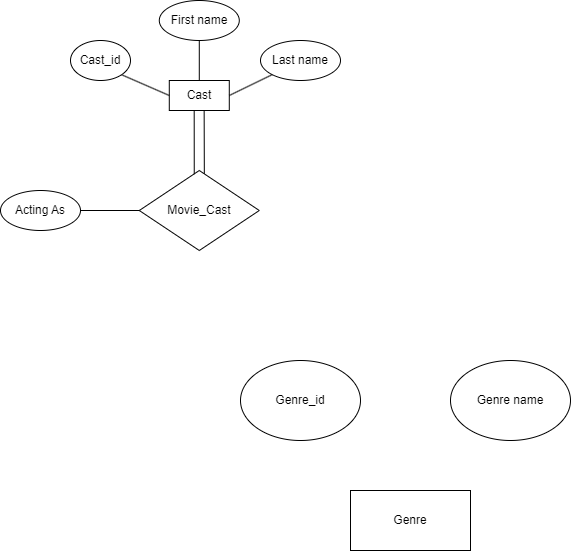
This is ER diagram.drawio.png from gif1621/desktop-tutorial, a draw.io export, as it was before one commit. Source tidied: cells renumbered, new cells last; positions are measured from the earlier drawing's top-left corner, leaving out a move shared by most shapes.
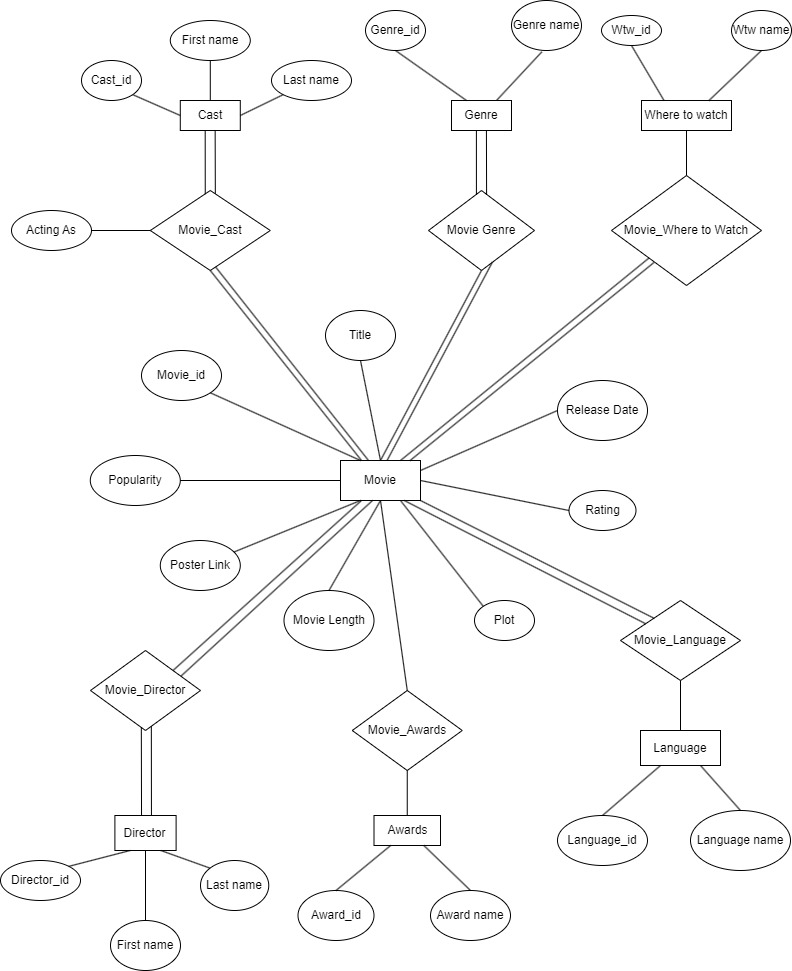
Later version of the same file.

The edit, as a diff of the source:
```diff
@@ -38,13 +38,13 @@
       <mxGeometry relative="1" as="geometry" />
     </mxCell>
     <mxCell id="13" value="Genre_id" style="ellipse;whiteSpace=wrap;html=1;" parent="1" vertex="1">
-      <mxGeometry x="240" y="360" width="120" height="80" as="geometry" />
+      <mxGeometry x="354" y="-10" width="60" height="40" as="geometry" />
     </mxCell>
     <mxCell id="14" value="Genre name" style="ellipse;whiteSpace=wrap;html=1;" parent="1" vertex="1">
-      <mxGeometry x="450" y="360" width="120" height="80" as="geometry" />
+      <mxGeometry x="500" y="-20" width="70" height="50" as="geometry" />
     </mxCell>
     <mxCell id="15" value="Genre" style="rounded=0;whiteSpace=wrap;html=1;" parent="1" vertex="1">
-      <mxGeometry x="350" y="490" width="120" height="60" as="geometry" />
+      <mxGeometry x="440" y="80" width="60" height="30" as="geometry" />
     </mxCell>
     <mxCell id="16" style="endArrow=none;html=1;rounded=0;exitX=1;exitY=0.5;exitDx=0;exitDy=0;entryX=1;entryY=1;entryDx=0;entryDy=0;" parent="1" edge="1" source="4" target="17">
       <mxGeometry relative="1" as="geometry" />
@@ -52,5 +52,205 @@
     <mxCell id="17" value="Cast_id" style="ellipse;whiteSpace=wrap;html=1;" parent="1" vertex="1">
       <mxGeometry x="70" y="40" width="60" height="40" as="geometry" />
     </mxCell>
+    <mxCell id="18" style="endArrow=none;html=1;rounded=0;entryX=0.5;entryY=1;entryDx=0;entryDy=0;exitX=0.25;exitY=0;exitDx=0;exitDy=0;" parent="1" edge="1" source="15" target="13">
+      <mxGeometry relative="1" as="geometry" />
+    </mxCell>
+    <mxCell id="19" style="endArrow=none;html=1;rounded=0;entryX=0.434;entryY=1.026;entryDx=0;entryDy=0;exitX=0.75;exitY=0;exitDx=0;exitDy=0;entryPerimeter=0;" parent="1" edge="1" source="15" target="14">
+      <mxGeometry relative="1" as="geometry" />
+    </mxCell>
+    <mxCell id="20" value="Movie Genre" style="rhombus;whiteSpace=wrap;html=1;" parent="1" vertex="1">
+      <mxGeometry x="417" y="170" width="106" height="80" as="geometry" />
+    </mxCell>
+    <mxCell id="21" style="endArrow=none;html=1;rounded=0;entryX=0.415;entryY=0.997;entryDx=0;entryDy=0;exitX=0.452;exitY=0.055;exitDx=0;exitDy=0;entryPerimeter=0;exitPerimeter=0;" parent="1" edge="1" source="20" target="15">
+      <mxGeometry relative="1" as="geometry" />
+    </mxCell>
+    <mxCell id="22" value="Movie_Where to Watch" style="rhombus;whiteSpace=wrap;html=1;" parent="1" vertex="1">
+      <mxGeometry x="600" y="155" width="150" height="110" as="geometry" />
+    </mxCell>
+    <mxCell id="23" value="Wtw name" style="ellipse;whiteSpace=wrap;html=1;" parent="1" vertex="1">
+      <mxGeometry x="720" y="-10" width="60" height="40" as="geometry" />
+    </mxCell>
+    <mxCell id="24" value="Wtw_id" style="ellipse;whiteSpace=wrap;html=1;" parent="1" vertex="1">
+      <mxGeometry x="590" y="-5" width="60" height="30" as="geometry" />
+    </mxCell>
+    <mxCell id="25" value="Where to watch" style="rounded=0;whiteSpace=wrap;html=1;" parent="1" vertex="1">
+      <mxGeometry x="630" y="80" width="90" height="30" as="geometry" />
+    </mxCell>
+    <mxCell id="26" style="endArrow=none;html=1;rounded=0;entryX=0.25;entryY=0;entryDx=0;entryDy=0;exitX=0.5;exitY=1;exitDx=0;exitDy=0;" parent="1" edge="1" source="24" target="25">
+      <mxGeometry relative="1" as="geometry" />
+    </mxCell>
+    <mxCell id="27" style="endArrow=none;html=1;rounded=0;entryX=0.5;entryY=1;entryDx=0;entryDy=0;exitX=0.75;exitY=0;exitDx=0;exitDy=0;" parent="1" edge="1" source="25" target="23">
+      <mxGeometry relative="1" as="geometry" />
+    </mxCell>
+    <mxCell id="28" style="endArrow=none;html=1;rounded=0;entryX=0.5;entryY=1;entryDx=0;entryDy=0;" parent="1" edge="1" source="22" target="25">
+      <mxGeometry relative="1" as="geometry" />
+    </mxCell>
+    <mxCell id="29" style="endArrow=none;html=1;rounded=0;entryX=0.582;entryY=0.997;entryDx=0;entryDy=0;entryPerimeter=0;exitX=0.548;exitY=0.055;exitDx=0;exitDy=0;exitPerimeter=0;" parent="1" edge="1" source="20" target="15">
+      <mxGeometry relative="1" as="geometry" />
+    </mxCell>
+    <mxCell id="30" value="Movie" style="rounded=0;whiteSpace=wrap;html=1;" parent="1" vertex="1">
+      <mxGeometry x="329" y="440" width="80" height="40" as="geometry" />
+    </mxCell>
+    <mxCell id="31" value="Movie Length" style="ellipse;whiteSpace=wrap;html=1;" parent="1" vertex="1">
+      <mxGeometry x="272.5" y="570" width="90" height="60" as="geometry" />
+    </mxCell>
+    <mxCell id="32" value="Poster Link" style="ellipse;whiteSpace=wrap;html=1;" parent="1" vertex="1">
+      <mxGeometry x="148.8" y="520" width="80" height="50" as="geometry" />
+    </mxCell>
+    <mxCell id="33" value="Plot" style="ellipse;whiteSpace=wrap;html=1;" parent="1" vertex="1">
+      <mxGeometry x="463" y="580" width="60" height="40" as="geometry" />
+    </mxCell>
+    <mxCell id="34" value="Rating" style="ellipse;whiteSpace=wrap;html=1;" parent="1" vertex="1">
+      <mxGeometry x="557.5" y="470" width="67" height="40" as="geometry" />
+    </mxCell>
+    <mxCell id="35" value="Release Date" style="ellipse;whiteSpace=wrap;html=1;" parent="1" vertex="1">
+      <mxGeometry x="546" y="360" width="90" height="60" as="geometry" />
+    </mxCell>
+    <mxCell id="36" value="Title" style="ellipse;whiteSpace=wrap;html=1;" parent="1" vertex="1">
+      <mxGeometry x="314" y="290" width="70" height="50" as="geometry" />
+    </mxCell>
+    <mxCell id="37" value="Movie_id" style="ellipse;whiteSpace=wrap;html=1;" parent="1" vertex="1">
+      <mxGeometry x="130" y="330" width="80" height="50" as="geometry" />
+    </mxCell>
+    <mxCell id="38" value="Popularity" style="ellipse;whiteSpace=wrap;html=1;" parent="1" vertex="1">
+      <mxGeometry x="78.8" y="435" width="90" height="50" as="geometry" />
+    </mxCell>
+    <mxCell id="39" style="endArrow=none;html=1;rounded=0;entryX=0.5;entryY=1;entryDx=0;entryDy=0;exitX=0.5;exitY=0;exitDx=0;exitDy=0;" parent="1" edge="1" source="30" target="36">
+      <mxGeometry relative="1" as="geometry" />
+    </mxCell>
+    <mxCell id="40" style="endArrow=none;html=1;rounded=0;entryX=0;entryY=0.5;entryDx=0;entryDy=0;exitX=1;exitY=0.25;exitDx=0;exitDy=0;" parent="1" edge="1" source="30" target="35">
+      <mxGeometry relative="1" as="geometry" />
+    </mxCell>
+    <mxCell id="41" style="endArrow=none;html=1;rounded=0;entryX=1;entryY=0.5;entryDx=0;entryDy=0;exitX=0;exitY=0.5;exitDx=0;exitDy=0;" parent="1" edge="1" source="34" target="30">
+      <mxGeometry relative="1" as="geometry" />
+    </mxCell>
+    <mxCell id="42" style="endArrow=none;html=1;rounded=0;entryX=0;entryY=0;entryDx=0;entryDy=0;exitX=0.75;exitY=1;exitDx=0;exitDy=0;" parent="1" edge="1" source="30" target="33">
+      <mxGeometry relative="1" as="geometry" />
+    </mxCell>
+    <mxCell id="43" style="endArrow=none;html=1;rounded=0;entryX=0.5;entryY=0;entryDx=0;entryDy=0;exitX=0.5;exitY=1;exitDx=0;exitDy=0;" parent="1" edge="1" source="30" target="31">
+      <mxGeometry relative="1" as="geometry" />
+    </mxCell>
+    <mxCell id="44" style="endArrow=none;html=1;rounded=0;" parent="1" edge="1" target="32">
+      <mxGeometry relative="1" as="geometry">
+        <mxPoint x="349" y="480" as="sourcePoint" />
+      </mxGeometry>
+    </mxCell>
+    <mxCell id="45" style="endArrow=none;html=1;rounded=0;entryX=1;entryY=0.5;entryDx=0;entryDy=0;exitX=0;exitY=0.5;exitDx=0;exitDy=0;" parent="1" edge="1" source="30" target="38">
+      <mxGeometry relative="1" as="geometry" />
+    </mxCell>
+    <mxCell id="46" style="endArrow=none;html=1;rounded=0;entryX=1;entryY=1;entryDx=0;entryDy=0;exitX=0.25;exitY=0;exitDx=0;exitDy=0;" parent="1" edge="1" source="30" target="37">
+      <mxGeometry relative="1" as="geometry" />
+    </mxCell>
+    <mxCell id="47" value="Language" style="rounded=0;whiteSpace=wrap;html=1;" parent="1" vertex="1">
+      <mxGeometry x="629" y="710" width="80" height="35" as="geometry" />
+    </mxCell>
+    <mxCell id="48" value="Language name" style="ellipse;whiteSpace=wrap;html=1;" parent="1" vertex="1">
+      <mxGeometry x="679" y="790" width="100" height="60" as="geometry" />
+    </mxCell>
+    <mxCell id="49" value="Language_id" style="ellipse;whiteSpace=wrap;html=1;" parent="1" vertex="1">
+      <mxGeometry x="546" y="795" width="90" height="50" as="geometry" />
+    </mxCell>
+    <mxCell id="50" value="Movie_Language" style="rhombus;whiteSpace=wrap;html=1;" parent="1" vertex="1">
+      <mxGeometry x="609" y="580" width="120" height="80" as="geometry" />
+    </mxCell>
+    <mxCell id="51" style="endArrow=none;html=1;rounded=0;entryX=0.5;entryY=1;entryDx=0;entryDy=0;exitX=0.5;exitY=0;exitDx=0;exitDy=0;" parent="1" edge="1" source="47" target="50">
+      <mxGeometry relative="1" as="geometry" />
+    </mxCell>
+    <mxCell id="52" style="endArrow=none;html=1;rounded=0;entryX=0.25;entryY=1;entryDx=0;entryDy=0;exitX=0.5;exitY=0;exitDx=0;exitDy=0;" parent="1" edge="1" source="49" target="47">
+      <mxGeometry relative="1" as="geometry" />
+    </mxCell>
+    <mxCell id="53" style="endArrow=none;html=1;rounded=0;entryX=0.5;entryY=0;entryDx=0;entryDy=0;exitX=0.75;exitY=1;exitDx=0;exitDy=0;" parent="1" edge="1" source="47" target="48">
+      <mxGeometry relative="1" as="geometry" />
+    </mxCell>
+    <mxCell id="54" value="Movie_Awards" style="rhombus;whiteSpace=wrap;html=1;" parent="1" vertex="1">
+      <mxGeometry x="340.8" y="670" width="110" height="80" as="geometry" />
+    </mxCell>
+    <mxCell id="55" value="Awards" style="rounded=0;whiteSpace=wrap;html=1;" parent="1" vertex="1">
+      <mxGeometry x="362.5" y="795" width="66.5" height="30" as="geometry" />
+    </mxCell>
+    <mxCell id="56" value="Award name" style="ellipse;whiteSpace=wrap;html=1;" parent="1" vertex="1">
+      <mxGeometry x="419" y="870" width="80" height="50" as="geometry" />
+    </mxCell>
+    <mxCell id="57" value="Award_id" style="ellipse;whiteSpace=wrap;html=1;" parent="1" vertex="1">
+      <mxGeometry x="286.5" y="870" width="76" height="50" as="geometry" />
+    </mxCell>
+    <mxCell id="58" style="endArrow=none;html=1;rounded=0;entryX=0.5;entryY=1;entryDx=0;entryDy=0;exitX=0.5;exitY=0;exitDx=0;exitDy=0;" parent="1" edge="1" source="55" target="54">
+      <mxGeometry relative="1" as="geometry" />
+    </mxCell>
+    <mxCell id="59" style="endArrow=none;html=1;rounded=0;exitX=0.5;exitY=0;exitDx=0;exitDy=0;entryX=0.75;entryY=1;entryDx=0;entryDy=0;" parent="1" edge="1" source="56" target="55">
+      <mxGeometry relative="1" as="geometry" />
+    </mxCell>
+    <mxCell id="60" style="endArrow=none;html=1;rounded=0;exitX=0.5;exitY=0;exitDx=0;exitDy=0;entryX=0.25;entryY=1;entryDx=0;entryDy=0;" parent="1" edge="1" source="57" target="55">
+      <mxGeometry relative="1" as="geometry" />
+    </mxCell>
+    <mxCell id="61" style="endArrow=none;html=1;rounded=0;entryX=0.5;entryY=1;entryDx=0;entryDy=0;exitX=0.5;exitY=0;exitDx=0;exitDy=0;" parent="1" edge="1" source="54" target="30">
+      <mxGeometry relative="1" as="geometry" />
+    </mxCell>
+    <mxCell id="62" value="Movie_Director" style="rhombus;whiteSpace=wrap;html=1;" parent="1" vertex="1">
+      <mxGeometry x="79" y="630" width="110" height="80" as="geometry" />
+    </mxCell>
+    <mxCell id="63" value="Director" style="rounded=0;whiteSpace=wrap;html=1;" parent="1" vertex="1">
+      <mxGeometry x="103.4" y="795" width="61.2" height="35" as="geometry" />
+    </mxCell>
+    <mxCell id="64" value="Last name" style="ellipse;whiteSpace=wrap;html=1;" parent="1" vertex="1">
+      <mxGeometry x="189" y="840" width="68.2" height="50" as="geometry" />
+    </mxCell>
+    <mxCell id="65" value="First name" style="ellipse;whiteSpace=wrap;html=1;" parent="1" vertex="1">
+      <mxGeometry x="99" y="900" width="70" height="50" as="geometry" />
+    </mxCell>
+    <mxCell id="66" value="Director_id" style="ellipse;whiteSpace=wrap;html=1;" parent="1" vertex="1">
+      <mxGeometry x="-11" y="840" width="80" height="40" as="geometry" />
+    </mxCell>
+    <mxCell id="67" style="endArrow=none;html=1;rounded=0;exitX=0;exitY=0;exitDx=0;exitDy=0;entryX=0.75;entryY=1;entryDx=0;entryDy=0;" parent="1" edge="1" source="64" target="63">
+      <mxGeometry relative="1" as="geometry" />
+    </mxCell>
+    <mxCell id="68" style="endArrow=none;html=1;rounded=0;exitX=0.5;exitY=0;exitDx=0;exitDy=0;" parent="1" edge="1" source="65" target="63">
+      <mxGeometry relative="1" as="geometry" />
+    </mxCell>
+    <mxCell id="69" style="endArrow=none;html=1;rounded=0;exitX=1;exitY=0;exitDx=0;exitDy=0;entryX=0.25;entryY=1;entryDx=0;entryDy=0;" parent="1" edge="1" source="66" target="63">
+      <mxGeometry relative="1" as="geometry" />
+    </mxCell>
+    <mxCell id="70" style="endArrow=none;html=1;rounded=0;entryX=0.462;entryY=0.959;entryDx=0;entryDy=0;entryPerimeter=0;exitX=0.435;exitY=0.003;exitDx=0;exitDy=0;exitPerimeter=0;" parent="1" edge="1" source="63" target="62">
+      <mxGeometry relative="1" as="geometry" />
+    </mxCell>
+    <mxCell id="71" style="endArrow=none;html=1;rounded=0;entryX=0.553;entryY=0.945;entryDx=0;entryDy=0;entryPerimeter=0;exitX=0.597;exitY=0.006;exitDx=0;exitDy=0;exitPerimeter=0;" parent="1" edge="1" source="63" target="62">
+      <mxGeometry relative="1" as="geometry" />
+    </mxCell>
+    <mxCell id="72" style="endArrow=none;html=1;rounded=0;entryX=1;entryY=1;entryDx=0;entryDy=0;exitX=0.282;exitY=0.224;exitDx=0;exitDy=0;exitPerimeter=0;" parent="1" edge="1" source="50" target="30">
+      <mxGeometry relative="1" as="geometry" />
+    </mxCell>
+    <mxCell id="73" style="endArrow=none;html=1;rounded=0;entryX=0.21;entryY=0.291;entryDx=0;entryDy=0;entryPerimeter=0;exitX=0.799;exitY=1.002;exitDx=0;exitDy=0;exitPerimeter=0;" parent="1" edge="1" source="30" target="50">
+      <mxGeometry relative="1" as="geometry" />
+    </mxCell>
+    <mxCell id="74" style="endArrow=none;html=1;rounded=0;exitX=1;exitY=0;exitDx=0;exitDy=0;" parent="1" edge="1" source="62">
+      <mxGeometry relative="1" as="geometry">
+        <mxPoint x="350" y="480" as="targetPoint" />
+      </mxGeometry>
+    </mxCell>
+    <mxCell id="75" style="endArrow=none;html=1;rounded=0;entryX=0.402;entryY=0.997;entryDx=0;entryDy=0;entryPerimeter=0;exitX=0.822;exitY=0.321;exitDx=0;exitDy=0;exitPerimeter=0;" parent="1" edge="1" source="62" target="30">
+      <mxGeometry relative="1" as="geometry" />
+    </mxCell>
+    <mxCell id="76" style="endArrow=none;html=1;rounded=0;exitX=0.5;exitY=1;exitDx=0;exitDy=0;" parent="1" edge="1" source="5">
+      <mxGeometry relative="1" as="geometry">
+        <mxPoint x="350" y="440" as="targetPoint" />
+      </mxGeometry>
+    </mxCell>
+    <mxCell id="77" style="endArrow=none;html=1;rounded=0;entryX=0.544;entryY=0.955;entryDx=0;entryDy=0;entryPerimeter=0;" parent="1" edge="1" target="5">
+      <mxGeometry relative="1" as="geometry">
+        <mxPoint x="357" y="440" as="sourcePoint" />
+      </mxGeometry>
+    </mxCell>
+    <mxCell id="78" style="endArrow=none;html=1;rounded=0;entryX=0.5;entryY=1;entryDx=0;entryDy=0;exitX=0.5;exitY=0;exitDx=0;exitDy=0;" parent="1" edge="1" source="30" target="20">
+      <mxGeometry relative="1" as="geometry" />
+    </mxCell>
+    <mxCell id="79" style="endArrow=none;html=1;rounded=0;exitX=0.583;exitY=-0.003;exitDx=0;exitDy=0;exitPerimeter=0;entryX=0.602;entryY=0.898;entryDx=0;entryDy=0;entryPerimeter=0;" parent="1" edge="1" source="30" target="20">
+      <mxGeometry relative="1" as="geometry" />
+    </mxCell>
+    <mxCell id="80" style="endArrow=none;html=1;rounded=0;entryX=0;entryY=1;entryDx=0;entryDy=0;exitX=0.75;exitY=0;exitDx=0;exitDy=0;" parent="1" edge="1" source="30" target="22">
+      <mxGeometry relative="1" as="geometry" />
+    </mxCell>
+    <mxCell id="81" style="endArrow=none;html=1;rounded=0;entryX=0.284;entryY=0.79;entryDx=0;entryDy=0;entryPerimeter=0;exitX=0.869;exitY=0.002;exitDx=0;exitDy=0;exitPerimeter=0;" parent="1" edge="1" source="30" target="22">
+      <mxGeometry relative="1" as="geometry" />
+    </mxCell>
   </root>
 </mxGraphModel>
```
